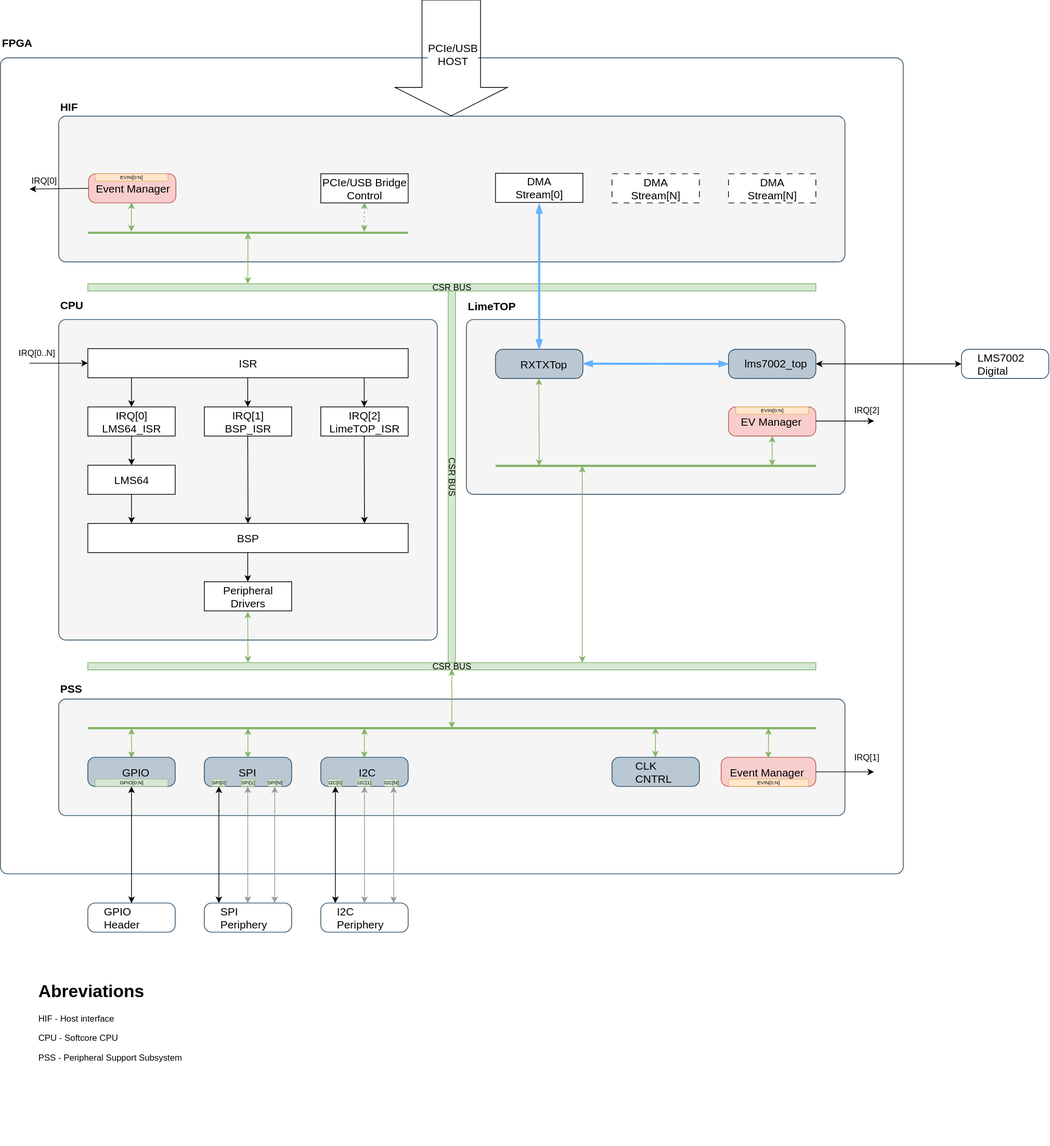
Before: docs/docs/images/LimeSDR_GW_Architecture.drawio.svg, a diagram exported from draw.io (myriadrf/LimeSDR_GW). Source tidied: cells renumbered, new cells last; positions are measured from the earlier drawing's top-left corner, leaving out a move shared by most shapes.
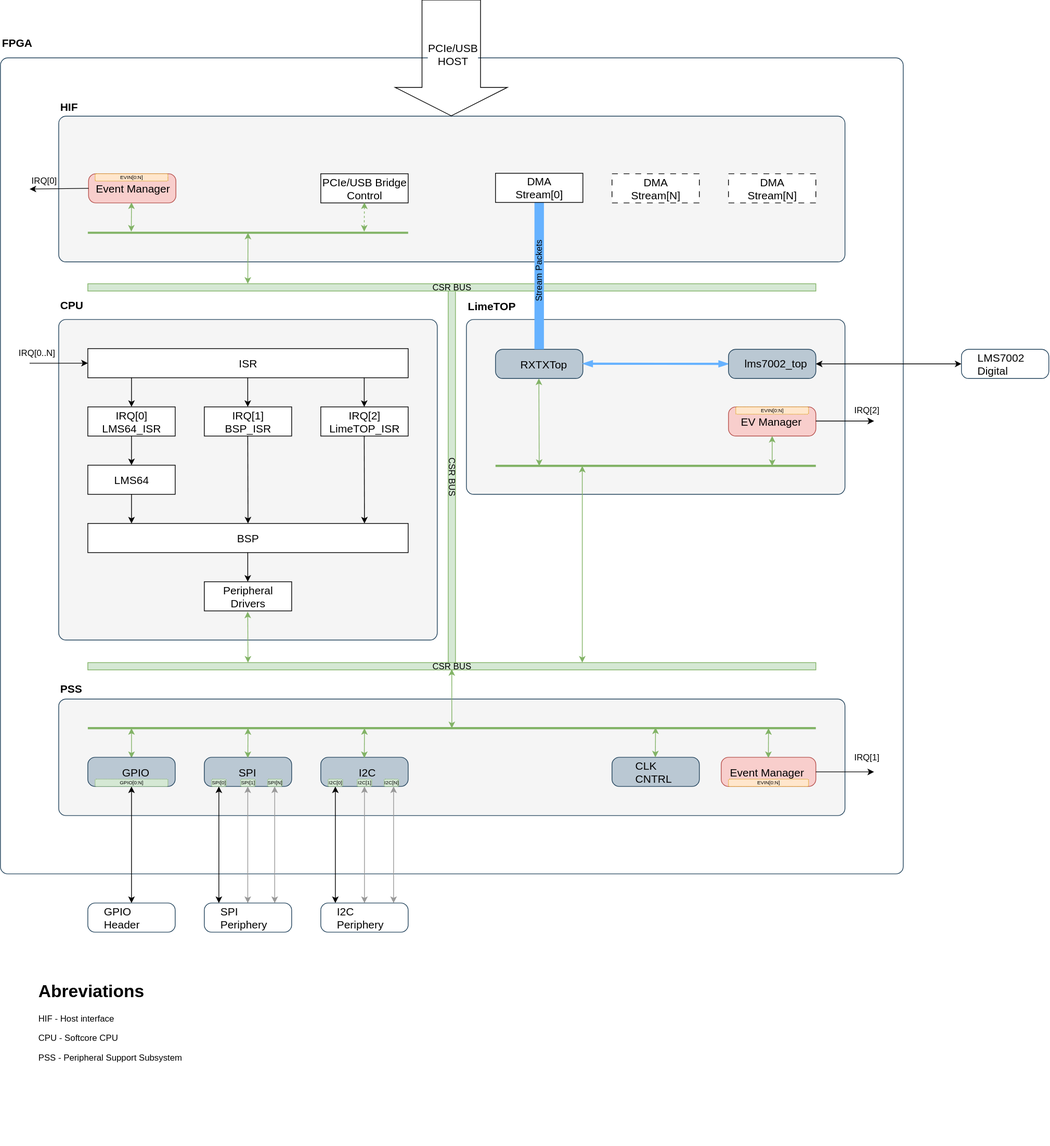
After the change.

Commit message:
docs: added stream packet info

Change to the diagram source:
```diff
@@ -249,11 +249,14 @@
     <mxCell id="64" value="RXTXTop" style="text;strokeColor=none;align=left;fillColor=none;html=1;verticalAlign=middle;whiteSpace=wrap;rounded=0;fontSize=15;" parent="1" vertex="1">
       <mxGeometry x="712.5" y="490" width="55" height="20" as="geometry" />
     </mxCell>
-    <mxCell id="65" style="endArrow=blockThin;startArrow=blockThin;html=1;rounded=0;strokeWidth=3;startFill=1;endFill=1;strokeColor=#66B2FF;entryX=0.5;entryY=0;entryDx=0;entryDy=0;entryPerimeter=0;" parent="1" edge="1" target="63">
-      <mxGeometry relative="1" as="geometry">
-        <mxPoint x="740" y="280" as="sourcePoint" />
-      </mxGeometry>
+    <mxCell id="65" style="endArrow=none;startArrow=none;html=1;rounded=0;strokeWidth=13;startFill=0;endFill=0;strokeColor=#66B2FF;exitX=0.5;exitY=1;exitDx=0;exitDy=0;" parent="1" edge="1" source="84" target="63">
+      <mxGeometry relative="1" as="geometry" />
     </mxCell>
+    <mxCell id="115" value="Stream Packets" style="edgeLabel;html=1;align=center;verticalAlign=middle;rotation=-90;labelBackgroundColor=none;fontSize=12;" parent="65" vertex="1">
+      <mxGeometry x="0.2" y="1" relative="1" as="geometry">
+        <mxPoint x="-2" y="-27" as="offset" />
+      </mxGeometry>
+    </mxCell>
     <mxCell id="66" style="endArrow=blockThin;startArrow=blockThin;html=1;rounded=0;strokeWidth=3;startFill=1;endFill=1;strokeColor=#66B2FF;entryX=0;entryY=0.5;entryDx=0;entryDy=0;entryPerimeter=0;" parent="1" edge="1" target="97">
       <mxGeometry relative="1" as="geometry">
         <mxPoint x="800" y="499.7" as="sourcePoint" />
```
